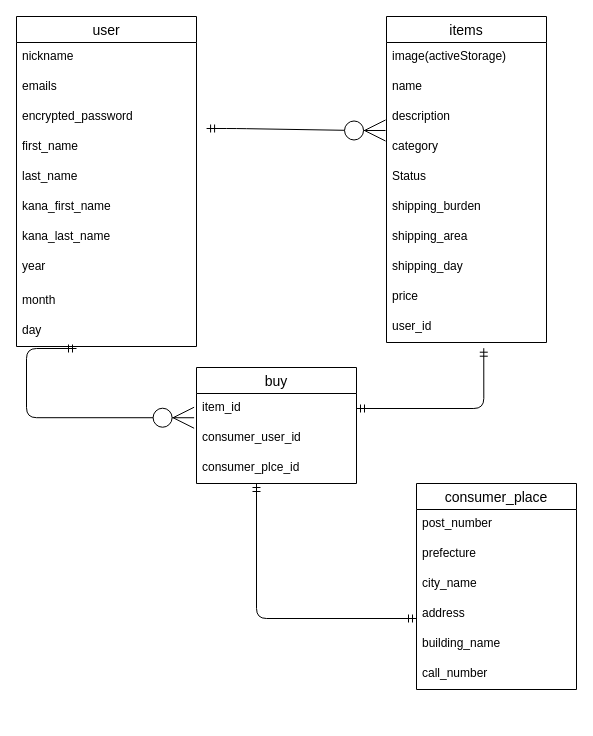
This is test.dio from shunta-nomura/furima-32982, a draw.io file, before an edit. Source tidied: cells renumbered, new cells numbered last; positions are measured from the earlier drawing's top-left corner, leaving out a move shared by most shapes. Both pictures are drawn from the tidied source at 100%, with x=0, y=0 at pixel (16, 16).
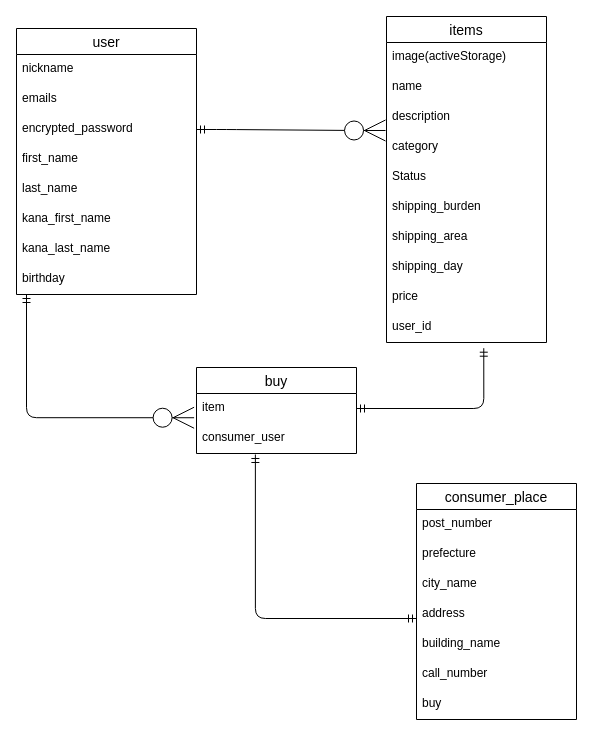
After the change.

The change refers to these unchanged cells:
```xml
<mxCell id="5" value="encrypted_password" style="text;strokeColor=none;fillColor=none;spacingLeft=4;spacingRight=4;overflow=hidden;points=[[0,0.5],[1,0.5]];portConstraint=eastwest;fontSize=12;" parent="2" vertex="1">
  <mxGeometry y="86" width="180" height="30" as="geometry" />
</mxCell>
<mxCell id="6" value="first_name" style="text;strokeColor=none;fillColor=none;spacingLeft=4;spacingRight=4;overflow=hidden;points=[[0,0.5],[1,0.5]];portConstraint=eastwest;fontSize=12;" parent="2" vertex="1">
  <mxGeometry y="116" width="180" height="30" as="geometry" />
</mxCell>
<mxCell id="17" value="category" style="text;strokeColor=none;fillColor=none;spacingLeft=4;spacingRight=4;overflow=hidden;points=[[0,0.5],[1,0.5]];portConstraint=eastwest;fontSize=12;" parent="13" vertex="1">
  <mxGeometry y="116" width="160" height="30" as="geometry" />
</mxCell>
```

What changed in the source:
```diff
@@
     <mxCell id="2" value="user" style="swimlane;fontStyle=0;horizontal=1;startSize=26;align=center;fontSize=14;" parent="1" vertex="1">
-      <mxGeometry width="180" height="330" as="geometry" />
+      <mxGeometry y="12" width="180" height="266" as="geometry" />
     </mxCell>
@@
-    <mxCell id="10" value="year" style="text;strokeColor=none;fillColor=none;spacingLeft=4;spacingRight=4;overflow=hidden;fontSize=12;" parent="2" vertex="1">
-      <mxGeometry y="236" width="180" height="34" as="geometry" />
-    </mxCell>
-    <mxCell id="11" value="month" style="text;strokeColor=none;fillColor=none;spacingLeft=4;spacingRight=4;overflow=hidden;fontSize=12;" parent="2" vertex="1">
-      <mxGeometry y="270" width="180" height="30" as="geometry" />
-    </mxCell>
-    <mxCell id="12" value="day&#10;" style="text;strokeColor=none;fillColor=none;spacingLeft=4;spacingRight=4;overflow=hidden;points=[[0,0.5],[1,0.5]];portConstraint=eastwest;fontSize=12;" parent="2" vertex="1">
-      <mxGeometry y="300" width="180" height="30" as="geometry" />
+    <mxCell id="12" value="birthday&#10;" style="text;strokeColor=none;fillColor=none;spacingLeft=4;spacingRight=4;overflow=hidden;points=[[0,0.5],[1,0.5]];portConstraint=eastwest;fontSize=12;" parent="2" vertex="1">
+      <mxGeometry y="236" width="180" height="30" as="geometry" />
     </mxCell>
@@
-    <mxCell id="24" style="edgeStyle=entityRelationEdgeStyle;fontSize=12;html=1;endArrow=ERzeroToMany;startArrow=ERmandOne;exitX=1.056;exitY=-0.133;exitDx=0;exitDy=0;exitPerimeter=0;entryX=-0.006;entryY=-0.067;entryDx=0;entryDy=0;entryPerimeter=0;endSize=19;" parent="1" edge="1" source="6" target="17">
+    <mxCell id="24" style="edgeStyle=entityRelationEdgeStyle;fontSize=12;html=1;endArrow=ERzeroToMany;startArrow=ERmandOne;exitX=1;exitY=0.5;exitDx=0;exitDy=0;entryX=-0.006;entryY=-0.067;entryDx=0;entryDy=0;entryPerimeter=0;endSize=19;" parent="1" edge="1" source="5" target="17">
       <mxGeometry relative="1" as="geometry" />
     </mxCell>
     <mxCell id="25" value="consumer_place" style="swimlane;fontStyle=0;horizontal=1;startSize=26;align=center;fontSize=14;fillColor=none;gradientColor=none;" parent="1" vertex="1">
-      <mxGeometry x="400" y="467" width="160" height="206" as="geometry" />
+      <mxGeometry x="400" y="467" width="160" height="236" as="geometry" />
     </mxCell>
@@
+    <mxCell id="39" value="buy&#10;" style="text;strokeColor=none;fillColor=none;spacingLeft=4;spacingRight=4;overflow=hidden;fontSize=12;" parent="25" vertex="1">
+      <mxGeometry y="206" width="160" height="30" as="geometry" />
+    </mxCell>
@@
     <mxCell id="33" value="buy" style="swimlane;fontStyle=0;horizontal=1;startSize=26;align=center;fontSize=14;fillColor=none;gradientColor=none;" parent="1" vertex="1">
-      <mxGeometry x="180" y="351" width="160" height="116" as="geometry" />
+      <mxGeometry x="180" y="351" width="160" height="86" as="geometry" />
     </mxCell>
-    <mxCell id="34" value="item_id" style="text;strokeColor=none;fillColor=none;spacingLeft=4;spacingRight=4;overflow=hidden;points=[[0,0.5],[1,0.5]];portConstraint=eastwest;fontSize=12;" parent="33" vertex="1">
+    <mxCell id="34" value="item" style="text;strokeColor=none;fillColor=none;spacingLeft=4;spacingRight=4;overflow=hidden;points=[[0,0.5],[1,0.5]];portConstraint=eastwest;fontSize=12;" parent="33" vertex="1">
       <mxGeometry y="26" width="160" height="30" as="geometry" />
     </mxCell>
-    <mxCell id="35" value="consumer_user_id" style="text;strokeColor=none;fillColor=none;spacingLeft=4;spacingRight=4;overflow=hidden;points=[[0,0.5],[1,0.5]];portConstraint=eastwest;fontSize=12;" parent="33" vertex="1">
+    <mxCell id="35" value="consumer_user" style="text;strokeColor=none;fillColor=none;spacingLeft=4;spacingRight=4;overflow=hidden;points=[[0,0.5],[1,0.5]];portConstraint=eastwest;fontSize=12;" parent="33" vertex="1">
       <mxGeometry y="56" width="160" height="30" as="geometry" />
     </mxCell>
-    <mxCell id="36" value="consumer_plce_id" style="text;strokeColor=none;fillColor=none;spacingLeft=4;spacingRight=4;overflow=hidden;points=[[0,0.5],[1,0.5]];portConstraint=eastwest;fontSize=12;" parent="33" vertex="1">
-      <mxGeometry y="86" width="160" height="30" as="geometry" />
-    </mxCell>
-    <mxCell id="37" style="edgeStyle=orthogonalEdgeStyle;fontSize=12;html=1;endArrow=ERzeroToMany;startArrow=ERmandOne;endSize=19;entryX=-0.015;entryY=0.808;entryDx=0;entryDy=0;entryPerimeter=0;" parent="1" edge="1" target="34">
+    <mxCell id="37" style="edgeStyle=orthogonalEdgeStyle;fontSize=12;html=1;endArrow=ERzeroToMany;startArrow=ERmandOne;endSize=19;entryX=-0.015;entryY=0.808;entryDx=0;entryDy=0;entryPerimeter=0;" parent="1" edge="1" source="12" target="34">
       <mxGeometry relative="1" as="geometry">
-        <mxPoint x="60" y="332" as="sourcePoint" />
         <Array as="points">
-          <mxPoint x="10" y="332" />
           <mxPoint x="10" y="401" />
         </Array>
       </mxGeometry>
     </mxCell>
-    <mxCell id="38" style="edgeStyle=orthogonalEdgeStyle;fontSize=12;html=1;endArrow=ERmandOne;startArrow=ERmandOne;" parent="1" edge="1" target="36">
+    <mxCell id="38" style="edgeStyle=orthogonalEdgeStyle;fontSize=12;html=1;endArrow=ERmandOne;startArrow=ERmandOne;entryX=0.368;entryY=1.033;entryDx=0;entryDy=0;entryPerimeter=0;" parent="1" edge="1" target="35">
       <mxGeometry relative="1" as="geometry">
         <mxPoint x="400" y="602" as="sourcePoint" />
         <Array as="points">
-          <mxPoint x="240" y="602" />
+          <mxPoint x="239" y="602" />
         </Array>
       </mxGeometry>
     </mxCell>
```
